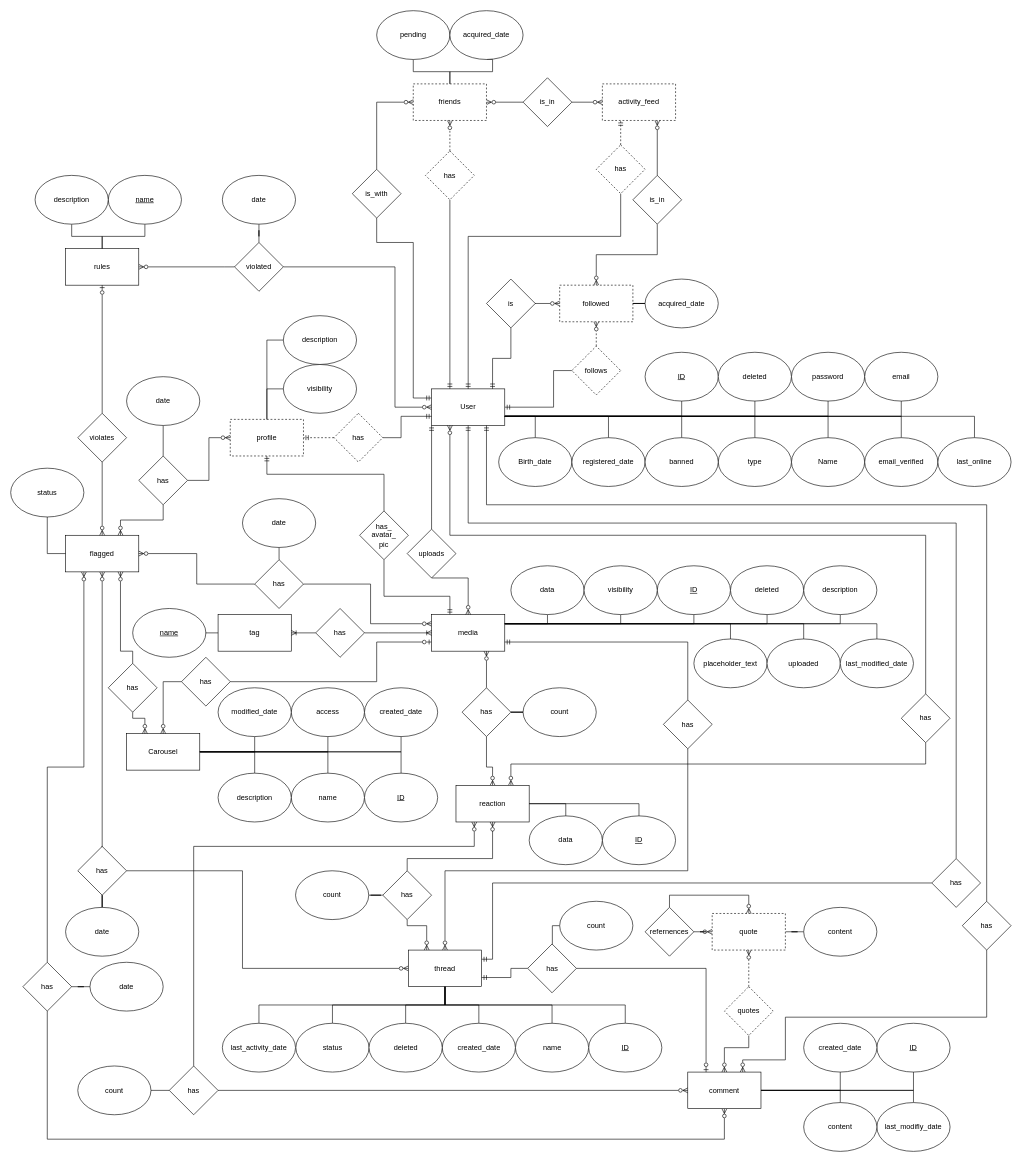
This is docs/dev/db/appdiagramms/visual_posting_db_er.drawio from gombosg21/vizsgaremek, a draw.io file, before an edit. Source tidied: cells renumbered, new cells numbered last; positions are measured from the earlier drawing's top-left corner, leaving out a move shared by most shapes. Both pictures are drawn from the tidied source at 61%, with x=0, y=0 at pixel (10, 10).
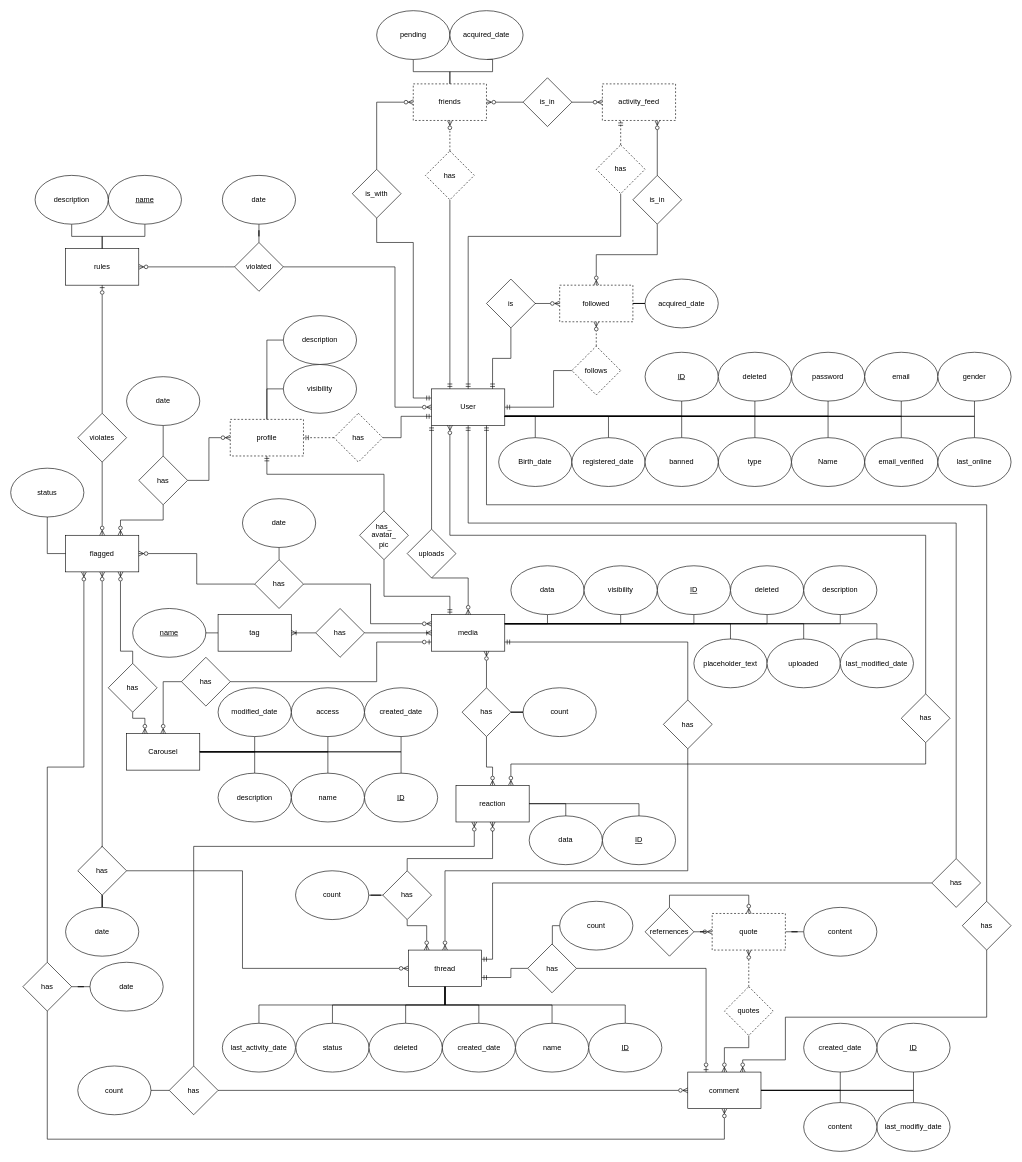
The same page after the edit.

The change refers to these unchanged cells:
```xml
<mxCell id="8" value="User" style="rounded=0;whiteSpace=wrap;html=1;" parent="1" vertex="1">
  <mxGeometry x="690" y="620" width="120" height="60" as="geometry" />
</mxCell>
```

What changed in the source:
```diff
@@
+    <mxCell id="216" style="edgeStyle=orthogonalEdgeStyle;rounded=0;jettySize=auto;html=1;exitX=0.5;exitY=1;exitDx=0;exitDy=0;entryX=1;entryY=0.75;entryDx=0;entryDy=0;endArrow=none;endFill=0;" parent="1" edge="1" source="217" target="8">
+      <mxGeometry relative="1" as="geometry" />
+    </mxCell>
+    <mxCell id="217" value="gender" style="ellipse;whiteSpace=wrap;html=1;" parent="1" vertex="1">
+      <mxGeometry x="1520" y="560" width="120" height="80" as="geometry" />
+    </mxCell>
```
